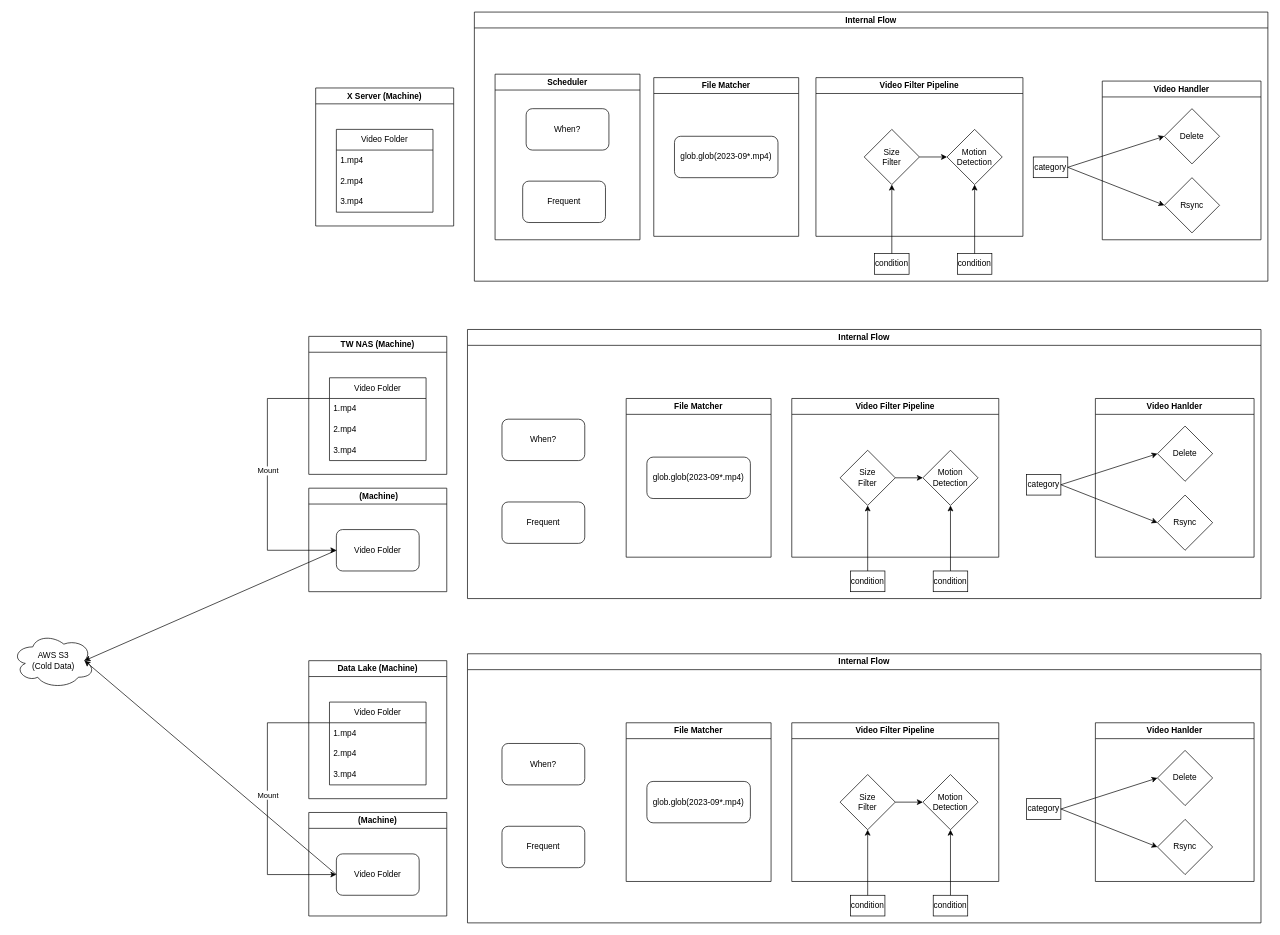
The draw.io diagram vide_recording_dataflow.drawio in QAlexBall/diagrams, before the edit. Source tidied: cells renumbered, new cells numbered last; positions are measured from the earlier drawing's top-left corner, leaving out a move shared by most shapes. Both pictures are drawn from the tidied source at 69%, with x=0, y=0 at pixel (12, 12).
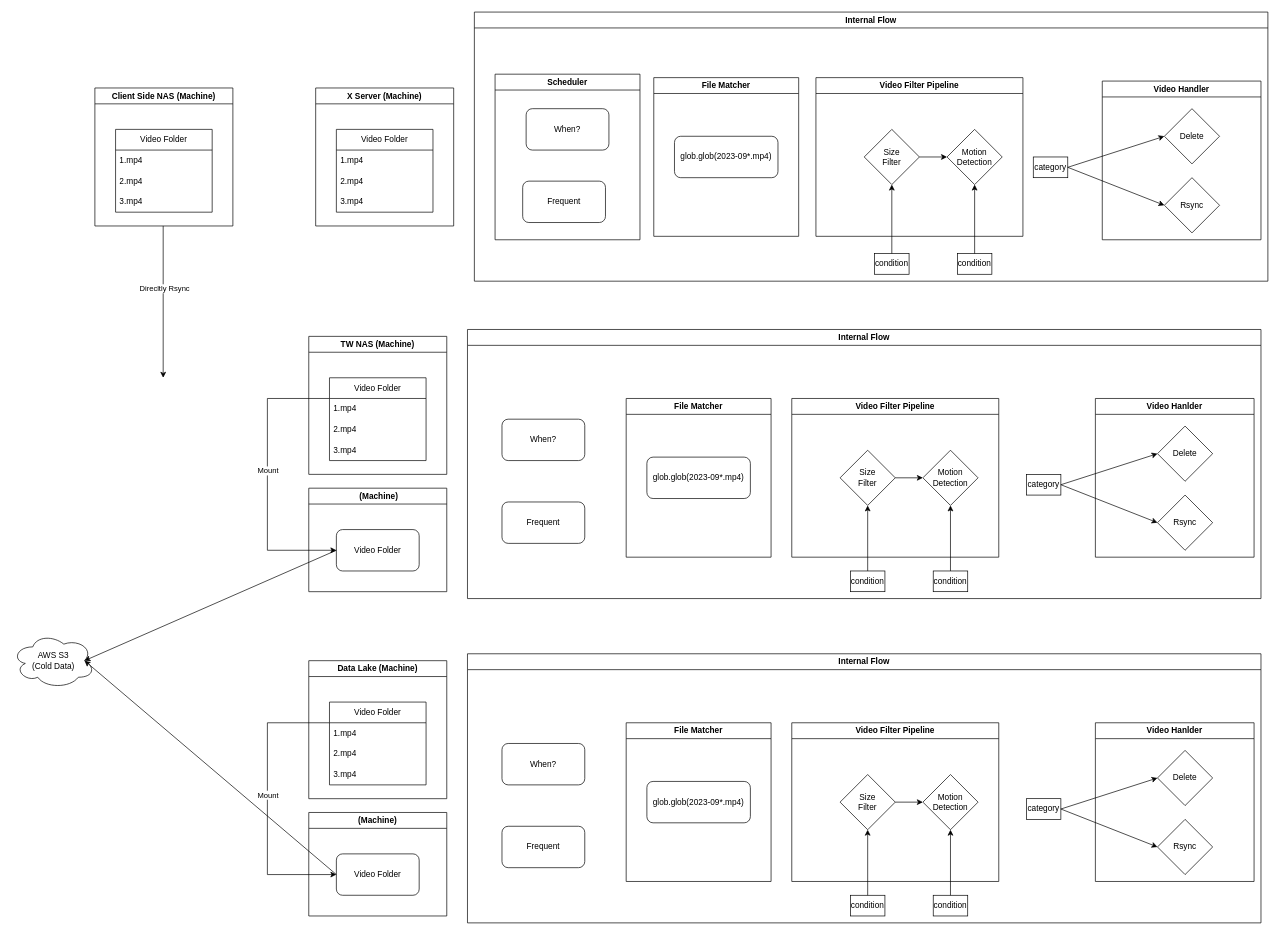
After the change.

Diff of the diagram source:
```diff
@@
+    <mxCell id="86" value="Client Side NAS (Machine)" style="swimlane;whiteSpace=wrap;html=1;startSize=23;" parent="1" vertex="1">
+      <mxGeometry x="120" y="110" width="200" height="200" as="geometry" />
+    </mxCell>
+    <mxCell id="87" value="Video Folder" style="swimlane;fontStyle=0;horizontal=1;startSize=30;whiteSpace=wrap;html=1;" parent="86" vertex="1">
+      <mxGeometry x="30" y="60" width="140" height="120" as="geometry" />
+    </mxCell>
+    <mxCell id="88" value="1.mp4" style="text;strokeColor=none;fillColor=none;align=left;verticalAlign=middle;spacingLeft=4;spacingRight=4;overflow=hidden;whiteSpace=wrap;html=1;" parent="87" vertex="1">
+      <mxGeometry y="30" width="140" height="30" as="geometry" />
+    </mxCell>
+    <mxCell id="89" value="2.mp4" style="text;strokeColor=none;fillColor=none;align=left;verticalAlign=middle;spacingLeft=4;spacingRight=4;overflow=hidden;whiteSpace=wrap;html=1;" parent="87" vertex="1">
+      <mxGeometry y="60" width="140" height="30" as="geometry" />
+    </mxCell>
+    <mxCell id="90" value="3.mp4" style="text;strokeColor=none;fillColor=none;align=left;verticalAlign=middle;spacingLeft=4;spacingRight=4;overflow=hidden;whiteSpace=wrap;html=1;" parent="87" vertex="1">
+      <mxGeometry y="90" width="140" height="30" as="geometry" />
+    </mxCell>
+    <mxCell id="91" style="endArrow=classic;html=1;rounded=0;exitX=0.5;exitY=1;exitDx=0;exitDy=0;" parent="1" edge="1">
+      <mxGeometry relative="1" as="geometry">
+        <mxPoint x="219" y="310" as="sourcePoint" />
+        <mxPoint x="219" y="530" as="targetPoint" />
+        <Array as="points">
+          <mxPoint x="219" y="530" />
+        </Array>
+      </mxGeometry>
+    </mxCell>
+    <mxCell id="92" value="Direcltly Rsync" style="edgeLabel;html=1;align=center;verticalAlign=middle;" parent="91" vertex="1">
+      <mxGeometry x="-0.37" y="-4" relative="1" as="geometry">
+        <mxPoint x="5" y="21" as="offset" />
+      </mxGeometry>
+    </mxCell>
```
